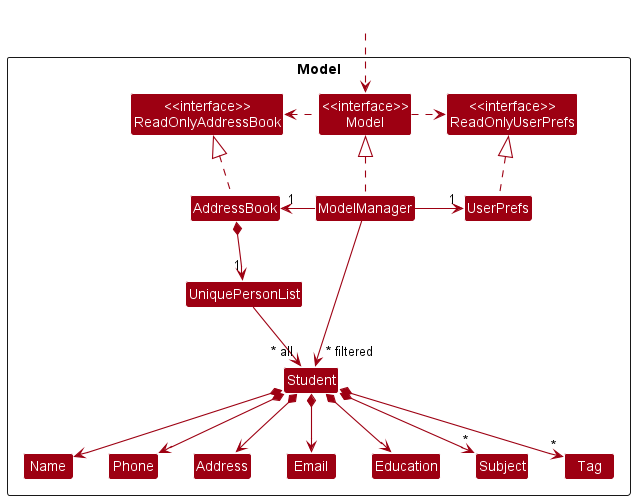
Above: docs/images/ModelClassDiagram.png in nus-cs2103-AY2223S2/tp (PlantUML), before the change.
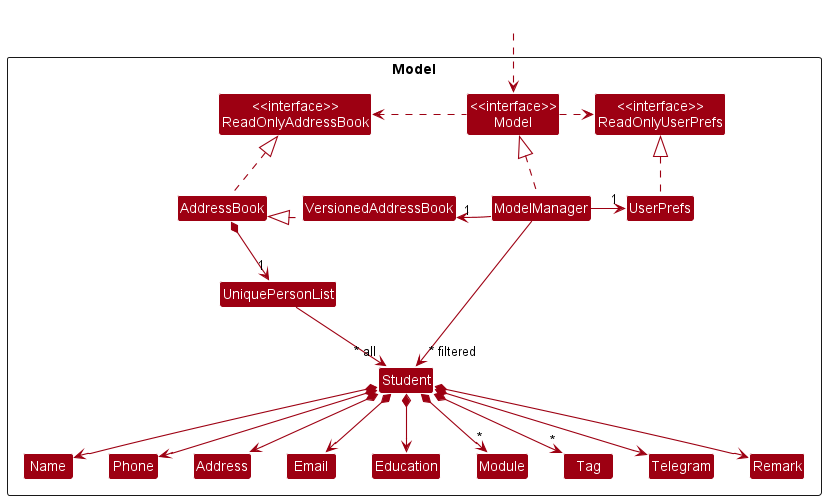
Later version of the same file.

Change to the diagram source:
```diff
@@ -9,6 +9,7 @@
 Class "<<interface>>\nReadOnlyUserPrefs" as ReadOnlyUserPrefs
 Class "<<interface>>\nModel" as Model
 Class AddressBook
+Class VersionedAddressBook
 Class ModelManager
 Class UserPrefs
 
@@ -19,8 +20,10 @@
 Class Email
 Class Name
 Class Phone
-Class Subject
+Class Module
 Class Tag
+Class Telegram
+Class Remark
 
 }
 
@@ -28,11 +31,14 @@
 HiddenOutside ..> Model
 
 AddressBook .up.|> ReadOnlyAddressBook
+VersionedAddressBook .up.|> AddressBook
 
 ModelManager .up.|> Model
 Model .right.> ReadOnlyUserPrefs
 Model .left.> ReadOnlyAddressBook
-ModelManager -left-> "1" AddressBook
+ModelManager -left-> "1" VersionedAddressBook
+VersionedAddressBook -[hidden]up-> ModelManager
+VersionedAddressBook -[hidden]right-> AddressBook
 ModelManager -right-> "1" UserPrefs
 UserPrefs .up.|> ReadOnlyUserPrefs
 
@@ -43,8 +49,10 @@
 Student *--> Email
 Student *--> Address
 Student *--> Education
+Student *--> Telegram
+Student *--> Remark
 Student *--> "*" Tag
-Student *--> "*" Subject
+Student *--> "*" Module
 
 Name -[hidden]right-> Phone
 Phone -[hidden]right-> Address
```
